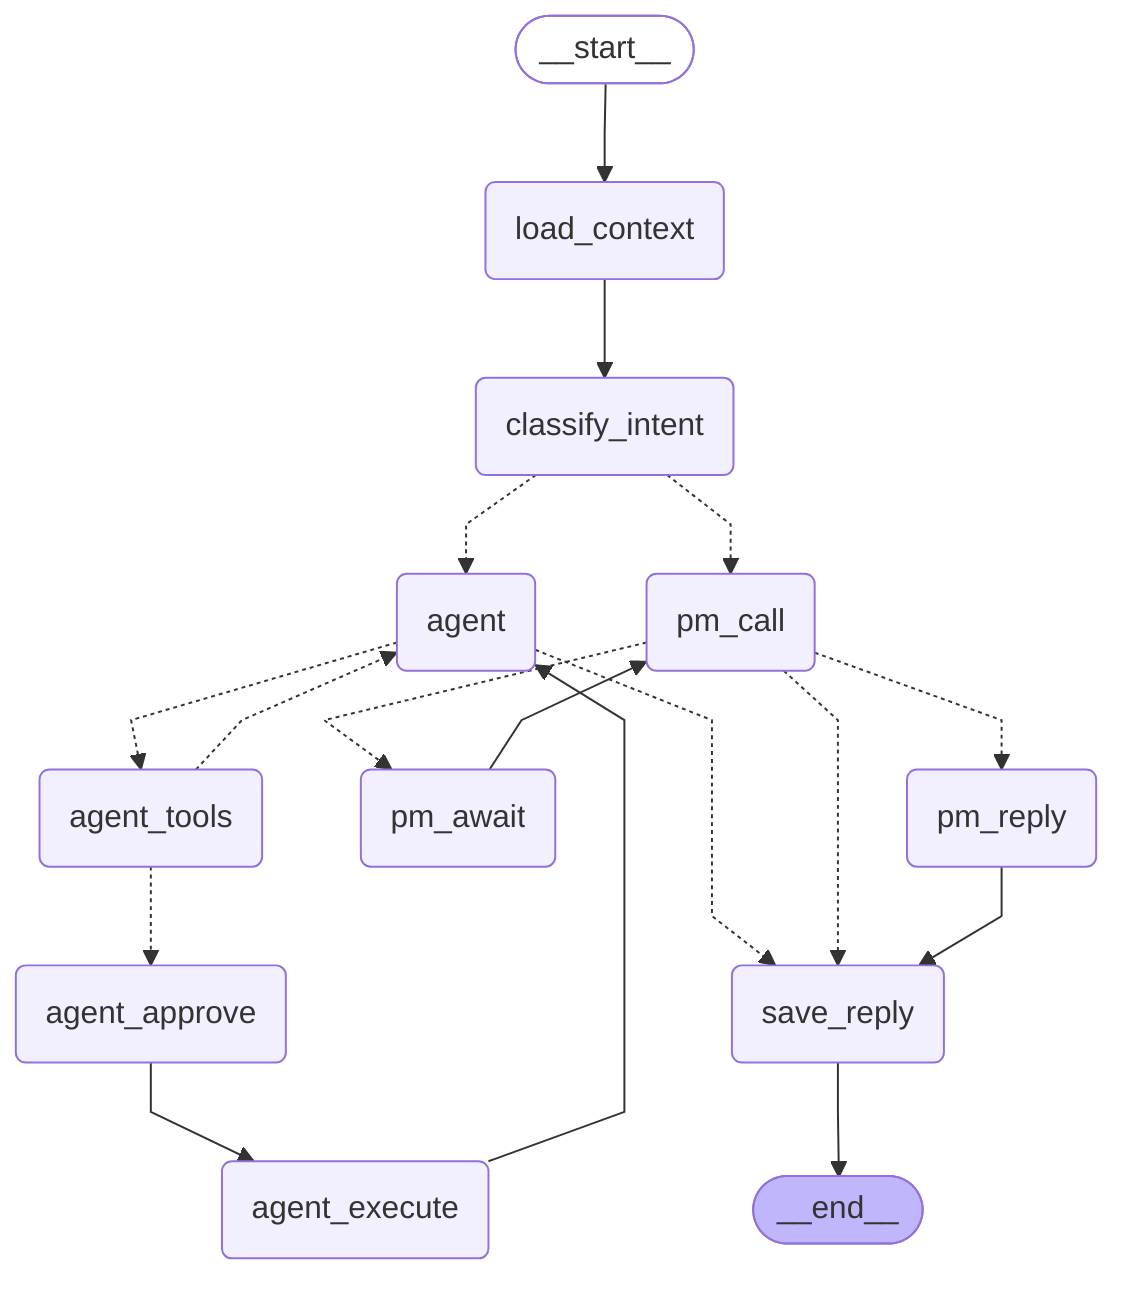
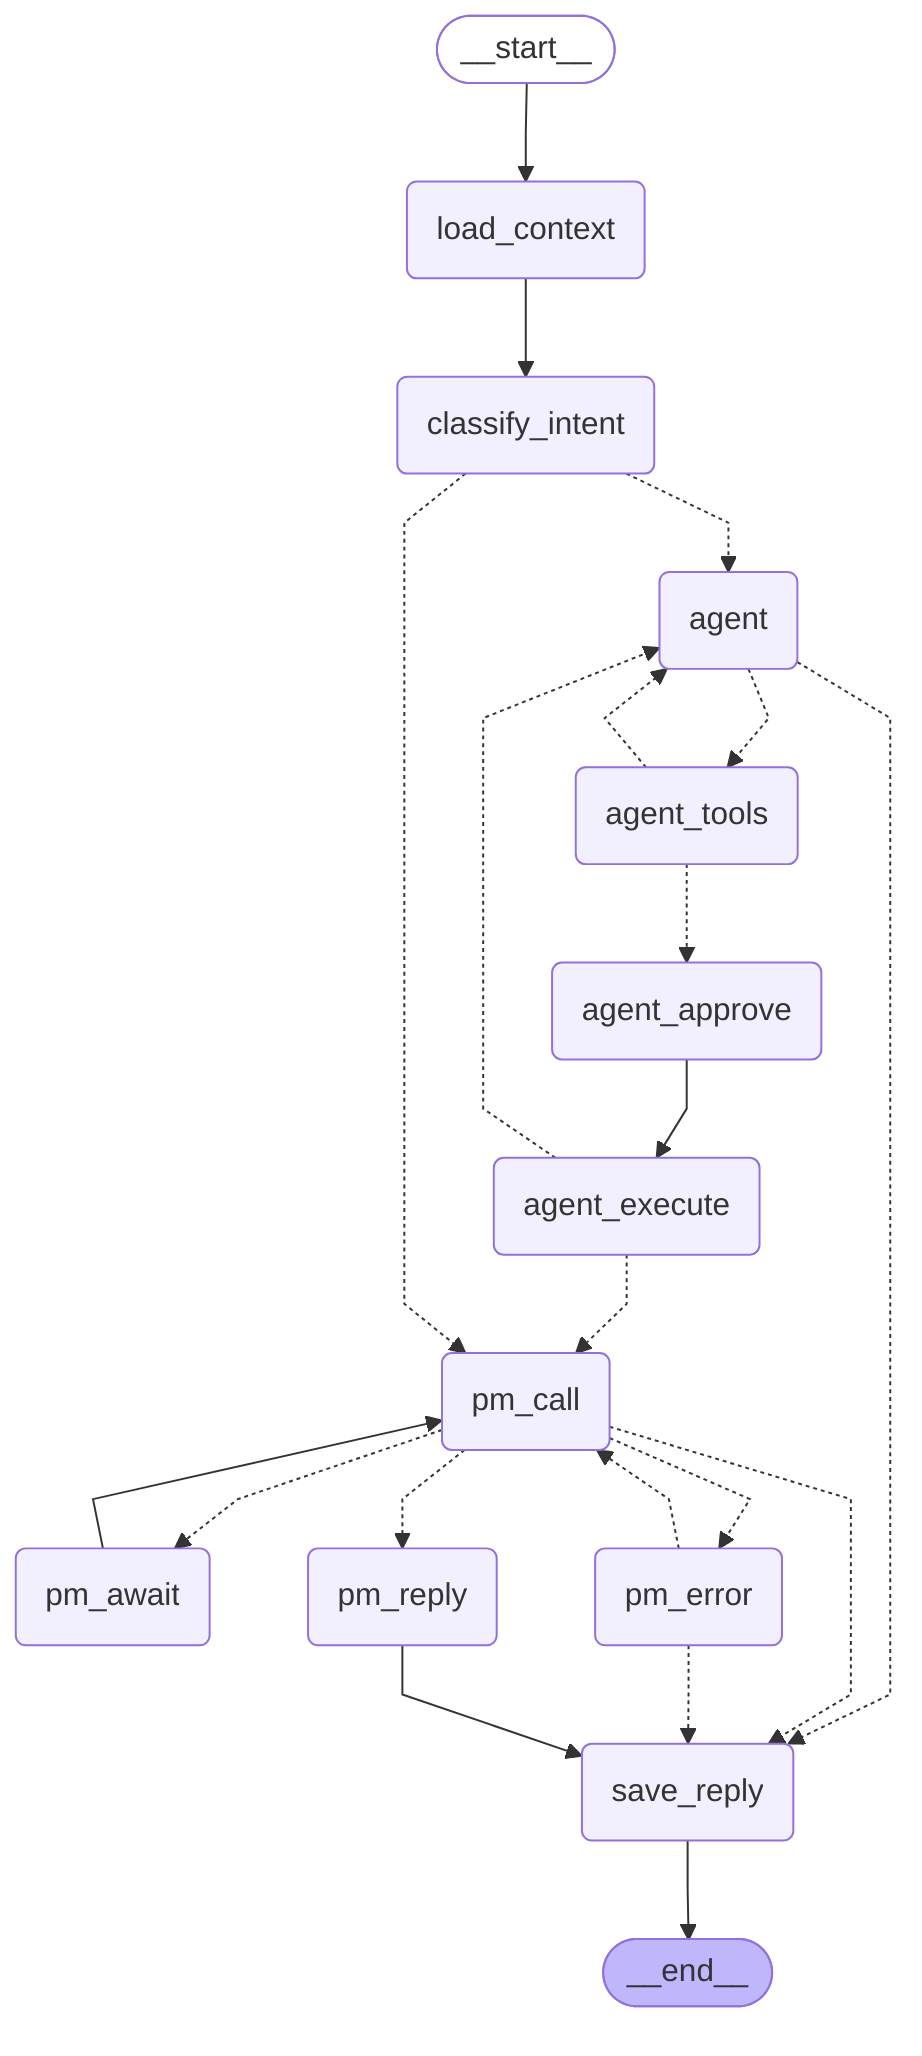
---
config:
  flowchart:
    curve: linear
---
graph TD;
	__start__([<p>__start__</p>]):::first
	load_context(load_context)
	classify_intent(classify_intent)
	agent(agent)
	agent_tools(agent_tools)
	agent_approve(agent_approve)
	agent_execute(agent_execute)
	pm_call(pm_call)
	pm_await(pm_await)
	pm_reply(pm_reply)
+ 	pm_error(pm_error)
	save_reply(save_reply)
	__end__([<p>__end__</p>]):::last
	__start__ --> load_context;
	agent -.-> agent_tools;
	agent -.-> save_reply;
	agent_approve --> agent_execute;
- 	agent_execute --> agent;
+ 	agent_execute -.-> agent;
+ 	agent_execute -.-> pm_call;
	agent_tools -.-> agent;
	agent_tools -.-> agent_approve;
	classify_intent -.-> agent;
	classify_intent -.-> pm_call;
	load_context --> classify_intent;
	pm_await --> pm_call;
	pm_call -.-> pm_await;
+ 	pm_call -.-> pm_error;
	pm_call -.-> pm_reply;
	pm_call -.-> save_reply;
+ 	pm_error -.-> pm_call;
+ 	pm_error -.-> save_reply;
	pm_reply --> save_reply;
	save_reply --> __end__;
	classDef default fill:#f2f0ff,line-height:1.2
	classDef first fill-opacity:0
	classDef last fill:#bfb6fc
